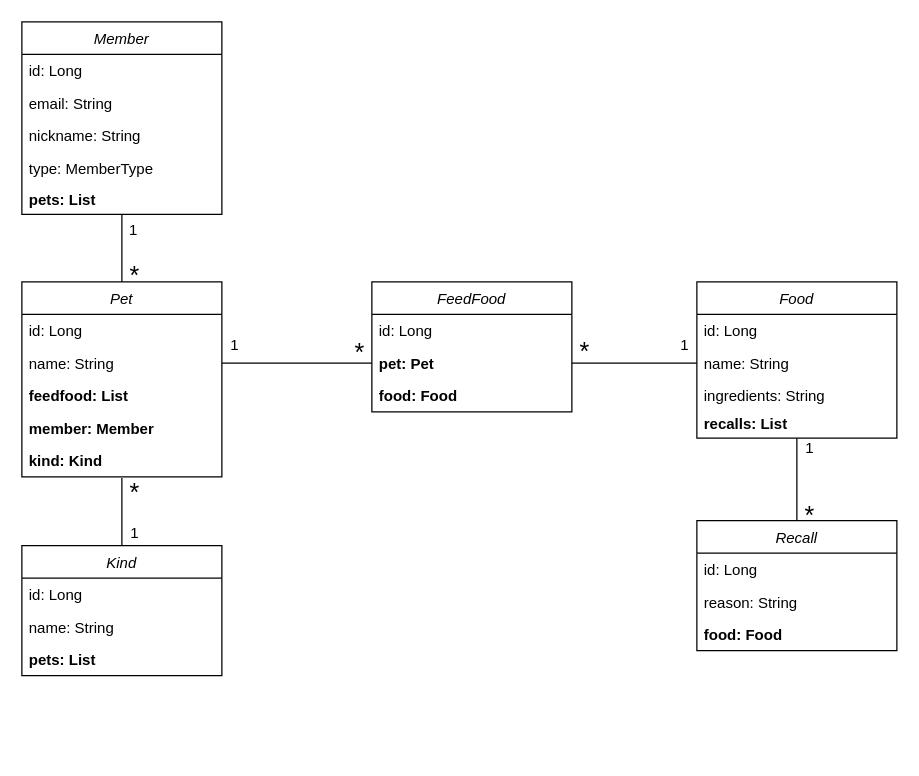
The draw.io diagram Entity-archtecture.drawio in 5hdumat/yum-yum, before the edit. Source tidied: cells renumbered, new cells numbered last; positions are measured from the earlier drawing's top-left corner, leaving out a move shared by most shapes. Both pictures are drawn from the tidied source at 125%, with x=0, y=0 at pixel (21, 21).
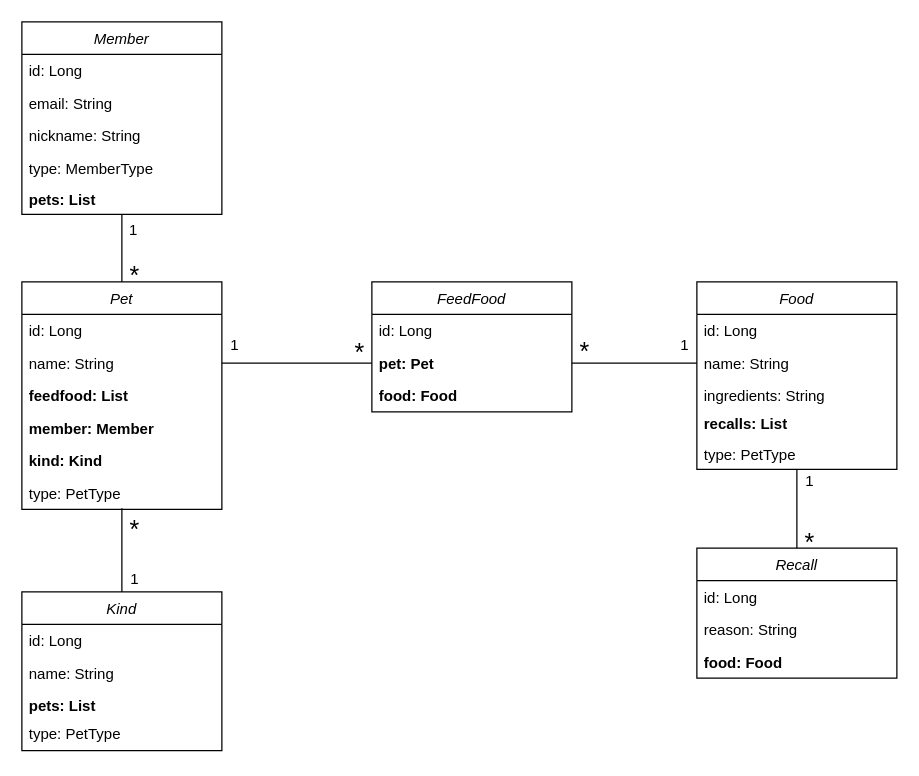
Above is the later version.

Unchanged cells that the change refers to:
```xml
<mxCell id="14" value="kind: Kind" style="text;align=left;verticalAlign=top;spacingLeft=4;spacingRight=4;overflow=hidden;points=[[0,0.5],[1,0.5]];portConstraint=eastwest;fontStyle=1;" parent="9" vertex="1">
  <mxGeometry y="130" width="160" height="26" as="geometry" />
</mxCell>
```

Change to the diagram source:
```diff
@@
     <mxCell id="9" value="Pet" style="swimlane;fontStyle=2;align=center;verticalAlign=top;horizontal=1;startSize=26;rounded=0;shadow=0;strokeWidth=1;" parent="1" vertex="1">
-      <mxGeometry y="208" width="160" height="156" as="geometry" />
+      <mxGeometry y="208" width="160" height="182" as="geometry" />
     </mxCell>
@@
+    <mxCell id="46" value="type: PetType" style="text;align=left;verticalAlign=top;spacingLeft=4;spacingRight=4;overflow=hidden;fontStyle=0;" parent="9" vertex="1">
+      <mxGeometry y="156" width="160" height="26" as="geometry" />
+    </mxCell>
-    <mxCell id="15" style="edgeStyle=orthogonalEdgeStyle;rounded=0;jettySize=auto;html=1;exitX=0.5;exitY=0;exitDx=0;exitDy=0;entryX=0.5;entryY=1.038;entryDx=0;entryDy=0;entryPerimeter=0;fontSize=20;endArrow=none;endFill=0;" parent="1" edge="1" source="16" target="14">
-      <mxGeometry relative="1" as="geometry" />
+    <mxCell id="15" style="edgeStyle=orthogonalEdgeStyle;rounded=0;jettySize=auto;html=1;exitX=0.5;exitY=0;exitDx=0;exitDy=0;fontSize=20;endArrow=none;endFill=0;" parent="1" edge="1" source="16">
+      <mxGeometry relative="1" as="geometry">
+        <mxPoint x="80" y="389" as="targetPoint" />
+      </mxGeometry>
     </mxCell>
     <mxCell id="16" value="Kind" style="swimlane;fontStyle=2;align=center;verticalAlign=top;horizontal=1;startSize=26;rounded=0;shadow=0;strokeWidth=1;" parent="1" vertex="1">
-      <mxGeometry y="419" width="160" height="104" as="geometry" />
+      <mxGeometry y="456" width="160" height="127" as="geometry" />
     </mxCell>
@@
+    <mxCell id="47" value="type: PetType" style="text;align=left;verticalAlign=top;spacingLeft=4;spacingRight=4;overflow=hidden;fontStyle=0;" parent="16" vertex="1">
+      <mxGeometry y="100" width="160" height="27" as="geometry" />
+    </mxCell>
@@
     <mxCell id="22" value="1" style="text;html=1;align=center;verticalAlign=middle;strokeColor=none;fillColor=none;" parent="1" vertex="1">
-      <mxGeometry x="80" y="399" width="20" height="20" as="geometry" />
+      <mxGeometry x="80" y="436" width="20" height="20" as="geometry" />
     </mxCell>
     <mxCell id="23" value="&lt;font style=&quot;font-size: 20px&quot;&gt;*&lt;/font&gt;" style="text;html=1;align=center;verticalAlign=middle;strokeColor=none;fillColor=none;" parent="1" vertex="1">
-      <mxGeometry x="80" y="366" width="20" height="20" as="geometry" />
+      <mxGeometry x="80" y="395" width="20" height="20" as="geometry" />
     </mxCell>
@@
     <mxCell id="25" value="Food" style="swimlane;fontStyle=2;align=center;verticalAlign=top;horizontal=1;startSize=26;rounded=0;shadow=0;strokeWidth=1;" parent="1" vertex="1">
-      <mxGeometry x="540" y="208" width="160" height="125" as="geometry" />
+      <mxGeometry x="540" y="208" width="160" height="150" as="geometry" />
     </mxCell>
@@
+    <mxCell id="48" value="type: PetType" style="text;align=left;verticalAlign=top;spacingLeft=4;spacingRight=4;overflow=hidden;fontStyle=0;" parent="25" vertex="1">
+      <mxGeometry y="125" width="160" height="25" as="geometry" />
+    </mxCell>
@@
     <mxCell id="40" value="Recall" style="swimlane;fontStyle=2;align=center;verticalAlign=top;horizontal=1;startSize=26;rounded=0;shadow=0;strokeWidth=1;" parent="1" vertex="1">
-      <mxGeometry x="540" y="399" width="160" height="104" as="geometry" />
+      <mxGeometry x="540" y="421" width="160" height="104" as="geometry" />
     </mxCell>
@@
     <mxCell id="44" value="&lt;font style=&quot;font-size: 20px&quot;&gt;*&lt;/font&gt;" style="text;html=1;align=center;verticalAlign=middle;strokeColor=none;fillColor=none;" parent="1" vertex="1">
-      <mxGeometry x="620" y="384" width="20" height="20" as="geometry" />
+      <mxGeometry x="620" y="406" width="20" height="20" as="geometry" />
     </mxCell>
     <mxCell id="45" value="1" style="text;html=1;align=center;verticalAlign=middle;strokeColor=none;fillColor=none;" parent="1" vertex="1">
-      <mxGeometry x="620" y="331" width="20" height="20" as="geometry" />
+      <mxGeometry x="620" y="358" width="20" height="20" as="geometry" />
     </mxCell>
```
